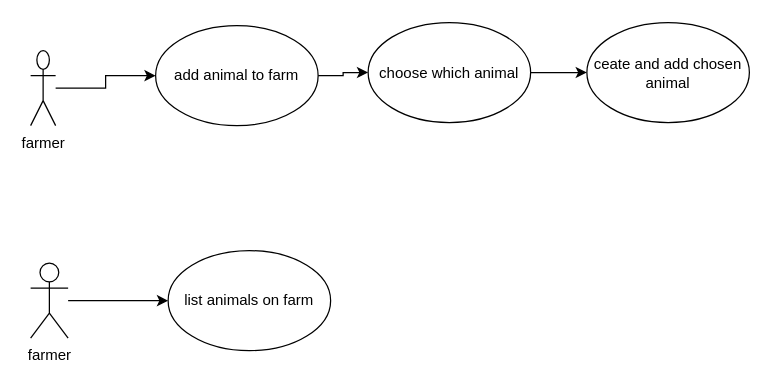
Before: session4/shoppingcart/webApplicationExercise2-answer/UMLmodel/drawio/template_usecase-draw_io-.drawio in gallenc/solent2Public, a draw.io diagram. Source tidied: cells renumbered, new cells numbered last; positions are measured from the earlier drawing's top-left corner, leaving out a move shared by most shapes. Both pictures are drawn from the tidied source at 125%, with x=0, y=0 at pixel (30, 22).
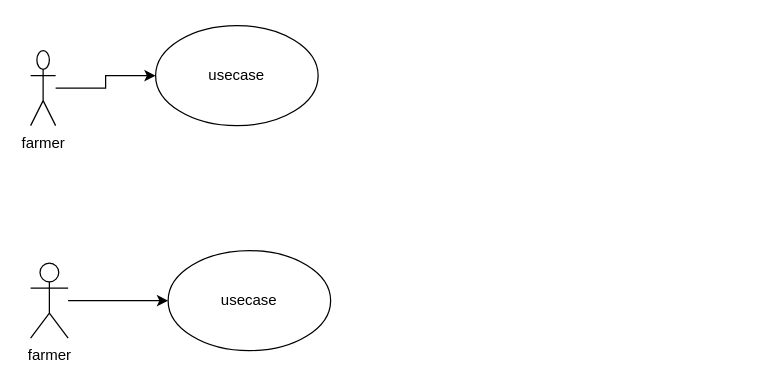
The same diagram, later.

Diff of the diagram source:
```diff
@@
-    <mxCell id="9" style="edgeStyle=orthogonalEdgeStyle;rounded=0;jettySize=auto;html=1;" parent="1" edge="1" source="10" target="12">
-      <mxGeometry relative="1" as="geometry" />
-    </mxCell>
-    <mxCell id="10" value="add animal to farm" style="ellipse;whiteSpace=wrap;html=1;" parent="1" vertex="1">
+    <mxCell id="10" value="usecase" style="ellipse;whiteSpace=wrap;html=1;" parent="1" vertex="1">
       <mxGeometry x="100" y="2" width="130" height="80" as="geometry" />
     </mxCell>
-    <mxCell id="11" style="edgeStyle=orthogonalEdgeStyle;rounded=0;jettySize=auto;html=1;" parent="1" edge="1" source="12" target="13">
-      <mxGeometry relative="1" as="geometry" />
-    </mxCell>
-    <mxCell id="12" value="choose which animal" style="ellipse;whiteSpace=wrap;html=1;" parent="1" vertex="1">
-      <mxGeometry x="270" y="-0.5" width="130" height="80" as="geometry" />
-    </mxCell>
-    <mxCell id="13" value="ceate and add chosen animal" style="ellipse;whiteSpace=wrap;html=1;" parent="1" vertex="1">
-      <mxGeometry x="445" y="-0.5" width="130" height="80" as="geometry" />
-    </mxCell>
-    <mxCell id="14" value="list animals on farm" style="ellipse;whiteSpace=wrap;html=1;" parent="1" vertex="1">
+    <mxCell id="14" value="usecase" style="ellipse;whiteSpace=wrap;html=1;" parent="1" vertex="1">
       <mxGeometry x="110" y="182" width="130" height="80" as="geometry" />
     </mxCell>
```
